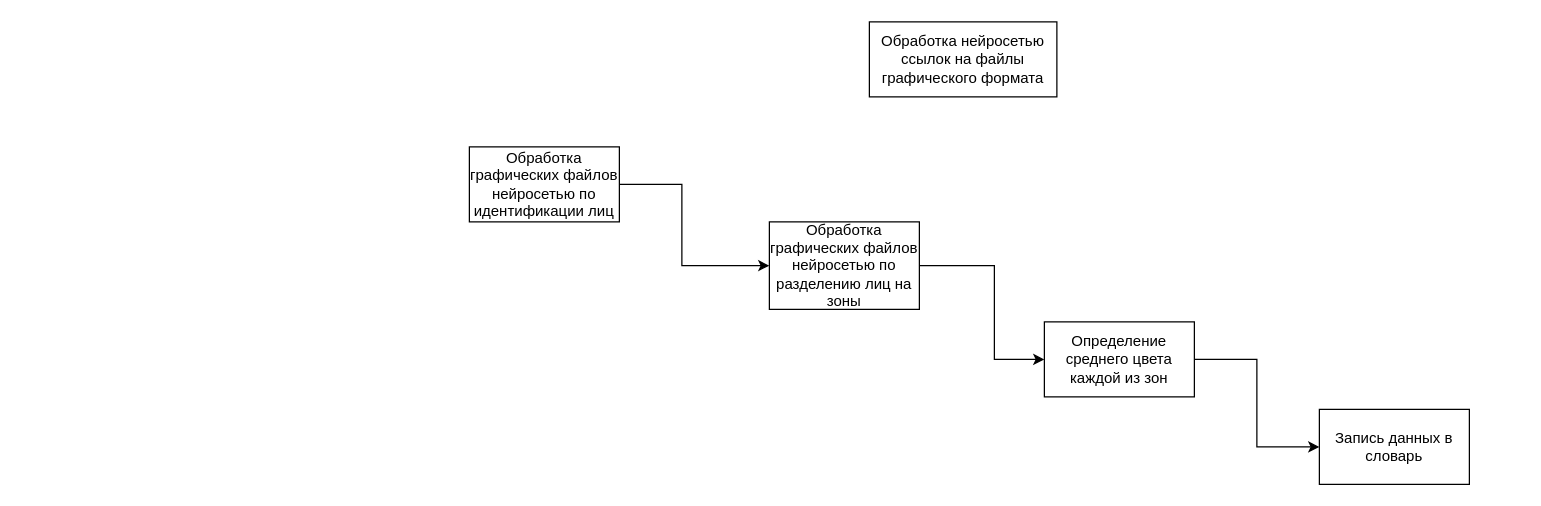
This is page "А1-3-3" (5 of 6) of Диаграмма без названия.drawio from DashaTkach/Project, a draw.io file, before an edit. Source tidied: cells renumbered, new cells numbered last; positions are measured from the earlier drawing's top-left corner, leaving out a move shared by most shapes. Both pictures are drawn from the tidied source at 125%, with x=0, y=0 at pixel (469, 21).
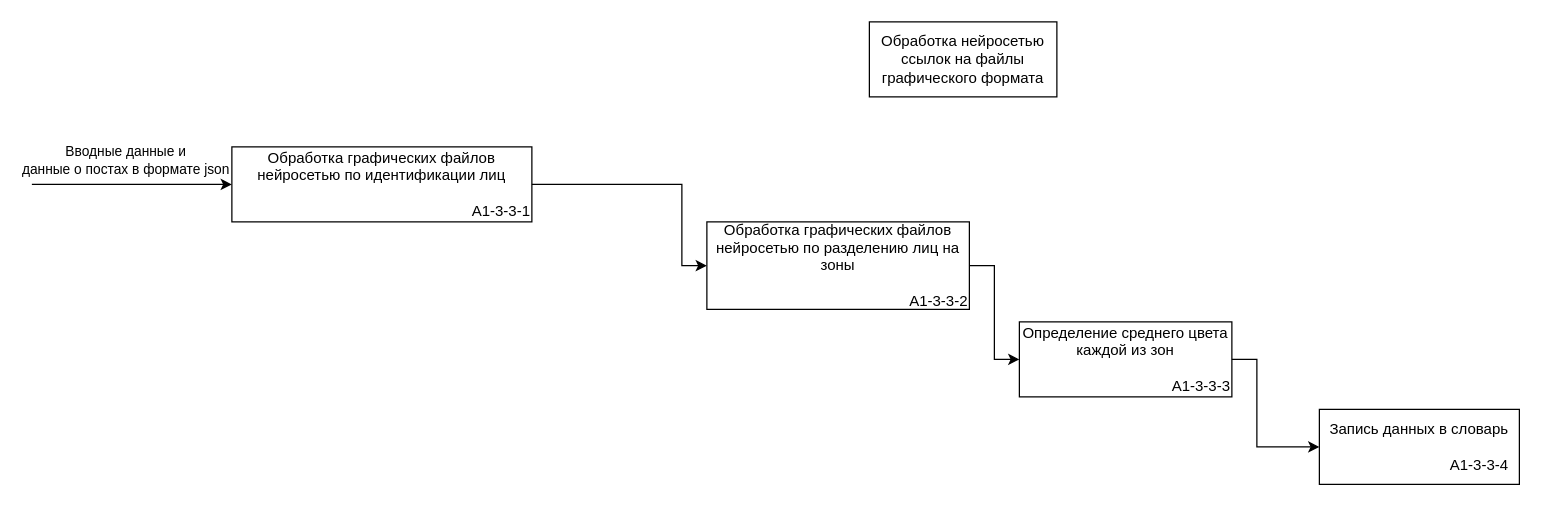
Above is the later version.

The edit, as a diff of the source:
```diff
@@
 <mxGraphModel>
   <root>
     <mxCell id="0" />
     <mxCell id="1" parent="0" />
     <mxCell id="2" value="Обработка нейросетью ссылок на файлы графического формата" style="rounded=0;whiteSpace=wrap;html=1;" parent="1" vertex="1">
       <mxGeometry x="320" width="150" height="60" as="geometry" />
     </mxCell>
-    <mxCell id="3" value="Обработка графических файлов нейросетью по идентификации лиц" style="rounded=0;whiteSpace=wrap;html=1;" parent="1" vertex="1">
-      <mxGeometry y="100" width="120" height="60" as="geometry" />
+    <mxCell id="3" value="Обработка графических файлов нейросетью по идентификации лиц&lt;br&gt;&lt;br&gt;&lt;div style=&quot;text-align: right;&quot;&gt;А1-3-3-1&lt;/div&gt;" style="rounded=0;whiteSpace=wrap;html=1;" parent="1" vertex="1">
+      <mxGeometry x="-190" y="100" width="240" height="60" as="geometry" />
     </mxCell>
-    <mxCell id="4" value="Обработка графических файлов нейросетью по разделению лиц на зоны" style="rounded=0;whiteSpace=wrap;html=1;" parent="1" vertex="1">
-      <mxGeometry x="240" y="160" width="120" height="70" as="geometry" />
+    <mxCell id="4" value="Обработка графических файлов нейросетью по разделению лиц на зоны&lt;br&gt;&lt;br&gt;&lt;div style=&quot;text-align: right;&quot;&gt;А1-3-3-2&lt;br&gt;&lt;/div&gt;" style="rounded=0;whiteSpace=wrap;html=1;" parent="1" vertex="1">
+      <mxGeometry x="190" y="160" width="210" height="70" as="geometry" />
     </mxCell>
-    <mxCell id="5" value="Определение среднего цвета каждой из зон" style="rounded=0;whiteSpace=wrap;html=1;" parent="1" vertex="1">
-      <mxGeometry x="460" y="240" width="120" height="60" as="geometry" />
+    <mxCell id="5" value="Определение среднего цвета каждой из зон&lt;br&gt;&lt;br&gt;&lt;div style=&quot;text-align: right;&quot;&gt;А1-3-3-3&lt;br&gt;&lt;/div&gt;" style="rounded=0;whiteSpace=wrap;html=1;" parent="1" vertex="1">
+      <mxGeometry x="440" y="240" width="170" height="60" as="geometry" />
     </mxCell>
-    <mxCell id="6" value="Запись данных в словарь" style="rounded=0;whiteSpace=wrap;html=1;" parent="1" vertex="1">
-      <mxGeometry x="680" y="310" width="120" height="60" as="geometry" />
+    <mxCell id="6" value="Запись данных в словарь&lt;br&gt;&lt;br&gt;&lt;div style=&quot;text-align: right;&quot;&gt;А1-3-3-4&lt;/div&gt;" style="rounded=0;whiteSpace=wrap;html=1;" parent="1" vertex="1">
+      <mxGeometry x="680" y="310" width="160" height="60" as="geometry" />
     </mxCell>
     <mxCell id="7" style="endArrow=classic;html=1;rounded=0;exitX=1;exitY=0.5;exitDx=0;exitDy=0;entryX=0;entryY=0.5;entryDx=0;entryDy=0;" parent="1" edge="1" source="3" target="4">
       <mxGeometry relative="1" as="geometry">
         <Array as="points">
           <mxPoint x="170" y="130" />
           <mxPoint x="170" y="195" />
         </Array>
       </mxGeometry>
     </mxCell>
     <mxCell id="8" style="endArrow=classic;html=1;rounded=0;entryX=0;entryY=0.5;entryDx=0;entryDy=0;exitX=1;exitY=0.5;exitDx=0;exitDy=0;" parent="1" edge="1" source="4" target="5">
       <mxGeometry relative="1" as="geometry">
         <Array as="points">
           <mxPoint x="420" y="195" />
           <mxPoint x="420" y="270" />
         </Array>
       </mxGeometry>
     </mxCell>
     <mxCell id="9" style="endArrow=classic;html=1;rounded=0;entryX=0;entryY=0.5;entryDx=0;entryDy=0;exitX=1;exitY=0.5;exitDx=0;exitDy=0;" parent="1" edge="1" source="5" target="6">
       <mxGeometry relative="1" as="geometry">
         <Array as="points">
           <mxPoint x="630" y="270" />
           <mxPoint x="630" y="340" />
         </Array>
       </mxGeometry>
     </mxCell>
+    <mxCell id="10" style="endArrow=classic;html=1;rounded=0;entryX=0;entryY=0.5;entryDx=0;entryDy=0;" parent="1" edge="1" target="3">
+      <mxGeometry relative="1" as="geometry">
+        <mxPoint x="-350" y="130" as="sourcePoint" />
+      </mxGeometry>
+    </mxCell>
+    <mxCell id="11" value="Вводные данные и &lt;br&gt;данные о постах в формате json" style="edgeLabel;html=1;align=center;verticalAlign=middle;" parent="10" vertex="1">
+      <mxGeometry x="0.25" y="2" relative="1" as="geometry">
+        <mxPoint x="-26" y="-18" as="offset" />
+      </mxGeometry>
+    </mxCell>
   </root>
 </mxGraphModel>
```
